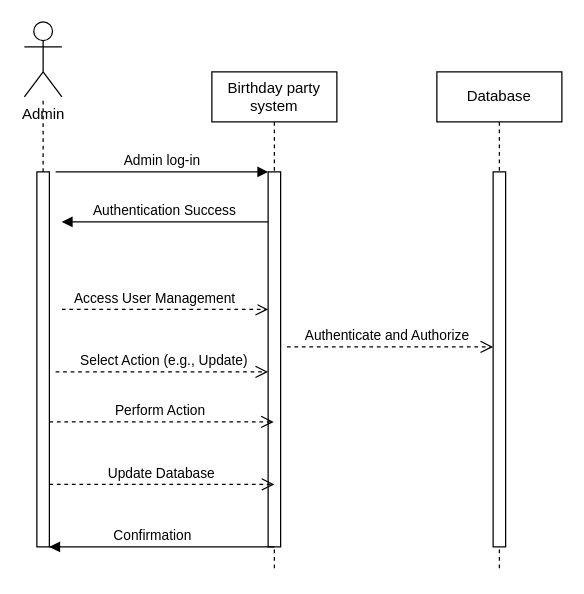
This is Untitled Diagram.drawio from Trispu/Components-Part1, a draw.io file, before an edit. Source tidied: cells renumbered, new cells numbered last; positions are measured from the earlier drawing's top-left corner, leaving out a move shared by most shapes. Both pictures are drawn from the tidied source at 125%, with x=0, y=0 at pixel (24, 21).
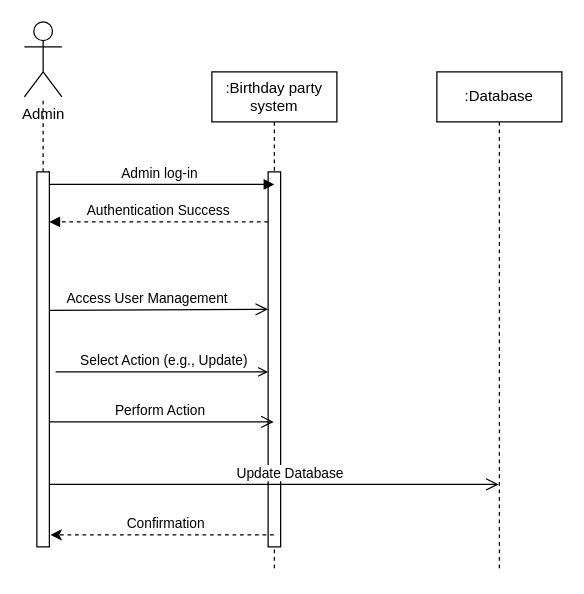
After the change.

Unchanged cells that the change refers to:
```xml
<mxCell id="3" style="html=1;points=[];perimeter=orthogonalPerimeter;outlineConnect=0;targetShapes=umlLifeline;portConstraint=eastwest;newEdgeStyle={&quot;edgeStyle&quot;:&quot;elbowEdgeStyle&quot;,&quot;elbow&quot;:&quot;vertical&quot;,&quot;curved&quot;:0,&quot;rounded&quot;:0};" parent="2" vertex="1">
  <mxGeometry x="45" y="80" width="10" height="300" as="geometry" />
</mxCell>
<mxCell id="18" style="rounded=0;whiteSpace=wrap;html=1;" parent="1" vertex="1">
  <mxGeometry x="10" y="120" width="10" height="300" as="geometry" />
</mxCell>
```

Change to the diagram source:
```diff
@@
-    <mxCell id="2" value="Birthday party system" style="shape=umlLifeline;perimeter=lifelinePerimeter;whiteSpace=wrap;html=1;outlineConnect=0;portConstraint=eastwest;newEdgeStyle={&quot;edgeStyle&quot;:&quot;elbowEdgeStyle&quot;,&quot;elbow&quot;:&quot;vertical&quot;,&quot;curved&quot;:0,&quot;rounded&quot;:0};" parent="1" vertex="1">
+    <mxCell id="2" value=":Birthday party system" style="shape=umlLifeline;perimeter=lifelinePerimeter;whiteSpace=wrap;html=1;outlineConnect=0;portConstraint=eastwest;newEdgeStyle={&quot;edgeStyle&quot;:&quot;elbowEdgeStyle&quot;,&quot;elbow&quot;:&quot;vertical&quot;,&quot;curved&quot;:0,&quot;rounded&quot;:0};" parent="1" vertex="1">
       <mxGeometry x="150" y="40" width="100" height="400" as="geometry" />
     </mxCell>
@@
-    <mxCell id="4" value="Admin log-in" style="html=1;verticalAlign=bottom;endArrow=block;edgeStyle=elbowEdgeStyle;elbow=vertical;curved=0;rounded=0;" parent="1" edge="1" target="3">
+    <mxCell id="4" value="Admin log-in" style="html=1;verticalAlign=bottom;endArrow=block;edgeStyle=elbowEdgeStyle;elbow=vertical;curved=0;rounded=0;exitX=0.92;exitY=0.027;exitDx=0;exitDy=0;exitPerimeter=0;" parent="1" edge="1" source="18">
       <mxGeometry relative="1" as="geometry">
-        <mxPoint x="25" y="120" as="sourcePoint" />
+        <mxPoint x="200" y="130" as="targetPoint" />
         <Array as="points">
-          <mxPoint x="110" y="120" />
+          <mxPoint x="115" y="130" />
         </Array>
       </mxGeometry>
     </mxCell>
-    <mxCell id="5" value="Authentication Success" style="html=1;verticalAlign=bottom;endArrow=block;edgeStyle=elbowEdgeStyle;elbow=horizontal;curved=0;rounded=0;" parent="1" edge="1" source="3">
+    <mxCell id="5" value="Authentication Success" style="html=1;verticalAlign=bottom;endArrow=block;edgeStyle=elbowEdgeStyle;elbow=horizontal;curved=0;rounded=0;dashed=1;" parent="1" edge="1" source="3" target="18">
       <mxGeometry relative="1" as="geometry">
-        <mxPoint x="30" y="160" as="targetPoint" />
         <Array as="points">
           <mxPoint x="120" y="160" />
         </Array>
       </mxGeometry>
     </mxCell>
-    <mxCell id="6" value="Access User Management&lt;span style=&quot;white-space: pre;&quot;&gt;&#9;&lt;/span&gt;" style="html=1;verticalAlign=bottom;endArrow=open;dashed=1;endSize=8;edgeStyle=elbowEdgeStyle;elbow=vertical;curved=0;rounded=0;" parent="1" edge="1" target="3">
+    <mxCell id="6" value="Access User Management&lt;span style=&quot;white-space: pre;&quot;&gt;&#9;&lt;/span&gt;" style="html=1;verticalAlign=bottom;endArrow=open;endSize=8;edgeStyle=elbowEdgeStyle;elbow=vertical;curved=0;rounded=0;exitX=1;exitY=0.369;exitDx=0;exitDy=0;exitPerimeter=0;" parent="1" edge="1" source="18" target="3">
       <mxGeometry relative="1" as="geometry">
-        <mxPoint x="30" y="230" as="sourcePoint" />
         <Array as="points">
           <mxPoint x="110" y="230" />
         </Array>
       </mxGeometry>
     </mxCell>
-    <mxCell id="7" value="Database" style="shape=umlLifeline;perimeter=lifelinePerimeter;whiteSpace=wrap;html=1;outlineConnect=0;portConstraint=eastwest;newEdgeStyle={&quot;edgeStyle&quot;:&quot;elbowEdgeStyle&quot;,&quot;elbow&quot;:&quot;vertical&quot;,&quot;curved&quot;:0,&quot;rounded&quot;:0};" parent="1" vertex="1">
+    <mxCell id="7" value=":Database" style="shape=umlLifeline;perimeter=lifelinePerimeter;whiteSpace=wrap;html=1;outlineConnect=0;portConstraint=eastwest;newEdgeStyle={&quot;edgeStyle&quot;:&quot;elbowEdgeStyle&quot;,&quot;elbow&quot;:&quot;vertical&quot;,&quot;curved&quot;:0,&quot;rounded&quot;:0};" parent="1" vertex="1">
       <mxGeometry x="330" y="40" width="100" height="400" as="geometry" />
     </mxCell>
-    <mxCell id="8" style="html=1;perimeter=orthogonalPerimeter;targetShapes=umlLifeline;newEdgeStyle={&quot;edgeStyle&quot;:&quot;elbowEdgeStyle&quot;,&quot;elbow&quot;:&quot;vertical&quot;,&quot;curved&quot;:0,&quot;rounded&quot;:0};" parent="7" vertex="1">
-      <mxGeometry x="45" y="80" width="10" height="300" as="geometry" />
-    </mxCell>
-    <mxCell id="9" value="&amp;nbsp;Select Action (e.g., Update)" style="html=1;verticalAlign=bottom;endArrow=open;dashed=1;endSize=8;edgeStyle=elbowEdgeStyle;elbow=vertical;curved=0;rounded=0;" parent="1" edge="1" target="3">
+    <mxCell id="9" value="&amp;nbsp;Select Action (e.g., Update)" style="html=1;verticalAlign=bottom;endArrow=open;edgeStyle=elbowEdgeStyle;elbow=vertical;curved=0;rounded=0;" parent="1" edge="1" target="3">
       <mxGeometry relative="1" as="geometry">
         <mxPoint x="25" y="280" as="sourcePoint" />
         <Array as="points">
           <mxPoint x="120" y="280" />
         </Array>
       </mxGeometry>
     </mxCell>
-    <mxCell id="10" value=" Authenticate and Authorize" style="html=1;verticalAlign=bottom;endArrow=open;dashed=1;endSize=8;edgeStyle=elbowEdgeStyle;elbow=vertical;curved=0;rounded=0;" parent="1" edge="1">
-      <mxGeometry x="-0.03" relative="1" as="geometry">
-        <mxPoint x="210" y="260" as="sourcePoint" />
-        <mxPoint x="375" y="260" as="targetPoint" />
-        <Array as="points">
-          <mxPoint x="290" y="260" />
-        </Array>
-      </mxGeometry>
-    </mxCell>
-    <mxCell id="11" value="Perform Action&amp;nbsp;" style="html=1;verticalAlign=bottom;endArrow=open;dashed=1;endSize=8;edgeStyle=elbowEdgeStyle;elbow=vertical;curved=0;rounded=0;" parent="1" edge="1" target="2">
+    <mxCell id="11" value="Perform Action&amp;nbsp;" style="html=1;verticalAlign=bottom;endArrow=open;endSize=8;edgeStyle=elbowEdgeStyle;elbow=vertical;curved=0;rounded=0;" parent="1" edge="1" target="2">
       <mxGeometry x="0.15" relative="1" as="geometry">
         <mxPoint x="20" y="290" as="sourcePoint" />
         <Array as="points">
           <mxPoint x="95" y="320" />
         </Array>
       </mxGeometry>
     </mxCell>
-    <mxCell id="12" value="Update Database&amp;nbsp;" style="html=1;verticalAlign=bottom;endArrow=open;dashed=1;endSize=8;edgeStyle=elbowEdgeStyle;elbow=vertical;curved=0;rounded=0;" parent="1" edge="1">
+    <mxCell id="12" value="Update Database&amp;nbsp;" style="html=1;verticalAlign=bottom;endArrow=open;endSize=8;edgeStyle=elbowEdgeStyle;elbow=vertical;curved=0;rounded=0;" parent="1" edge="1" target="7">
       <mxGeometry x="0.15" relative="1" as="geometry">
         <mxPoint x="20" y="340" as="sourcePoint" />
-        <mxPoint x="200" y="370" as="targetPoint" />
         <Array as="points">
           <mxPoint x="95" y="370" />
         </Array>
       </mxGeometry>
     </mxCell>
-    <mxCell id="13" value="Confirmation&amp;nbsp; &amp;nbsp; &amp;nbsp;" style="html=1;verticalAlign=bottom;endArrow=block;edgeStyle=elbowEdgeStyle;elbow=vertical;curved=0;rounded=0;" parent="1" edge="1">
-      <mxGeometry x="0.5" relative="1" as="geometry">
-        <mxPoint x="20" y="420" as="sourcePoint" />
-        <mxPoint x="20" y="420" as="targetPoint" />
-        <Array as="points">
-          <mxPoint x="200" y="420" />
-        </Array>
-      </mxGeometry>
-    </mxCell>
@@
+    <mxCell id="19" style="endArrow=classic;html=1;rounded=0;entryX=1.1;entryY=0.968;entryDx=0;entryDy=0;entryPerimeter=0;dashed=1;" parent="1" edge="1" source="2" target="18">
+      <mxGeometry relative="1" as="geometry" />
+    </mxCell>
+    <mxCell id="13" value="Confirmation" style="edgeLabel;html=1;align=center;verticalAlign=middle;" parent="19" vertex="1">
+      <mxGeometry x="-0.02" relative="1" as="geometry">
+        <mxPoint y="-10" as="offset" />
+      </mxGeometry>
+    </mxCell>
```
